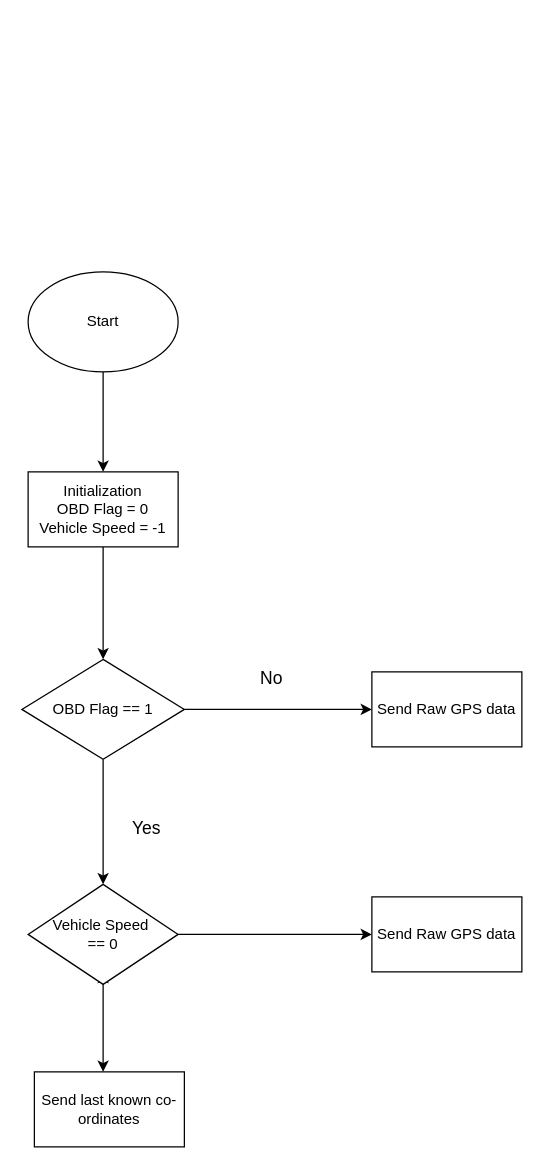
Earlier version of the draw.io diagram Untitled Diagram.drawio (narangmayank/draw-io). Source tidied: cells renumbered, new cells numbered last; positions are measured from the earlier drawing's top-left corner, leaving out a move shared by most shapes. Both pictures are drawn from the tidied source at 125%, with x=0, y=0 at pixel (21, 271).
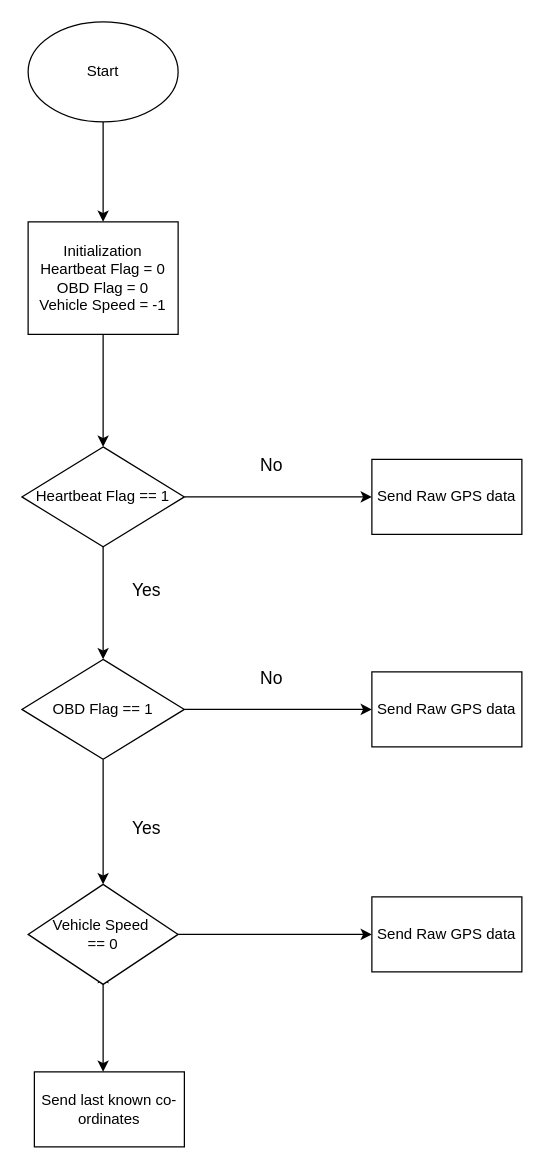
After the change.

Commit message:
Add heartbeat Flag

Unchanged cells that the change refers to:
```xml
<mxCell id="4" value="OBD Flag == 1" style="rhombus;whiteSpace=wrap;html=1;" parent="1" vertex="1">
  <mxGeometry y="310" width="130" height="80" as="geometry" />
</mxCell>
```

Diff of the diagram source:
```diff
@@
     <mxCell id="7" style="endArrow=classic;html=1;rounded=0;entryX=0.5;entryY=0;entryDx=0;entryDy=0;" parent="1" edge="1" target="16">
       <mxGeometry relative="1" as="geometry">
-        <mxPoint x="65" y="80" as="sourcePoint" />
+        <mxPoint x="65" y="-120" as="sourcePoint" />
       </mxGeometry>
     </mxCell>
@@
     <mxCell id="14" value="Start" style="ellipse;whiteSpace=wrap;html=1;" parent="1" vertex="1">
-      <mxGeometry x="5" width="120" height="80" as="geometry" />
+      <mxGeometry x="5" y="-200" width="120" height="80" as="geometry" />
     </mxCell>
-    <mxCell id="15" style="edgeStyle=orthogonalEdgeStyle;rounded=0;jettySize=auto;html=1;exitX=0.5;exitY=1;exitDx=0;exitDy=0;entryX=0.5;entryY=0;entryDx=0;entryDy=0;" parent="1" edge="1" source="16" target="4">
-      <mxGeometry relative="1" as="geometry" />
-    </mxCell>
+    <mxCell id="18" style="edgeStyle=orthogonalEdgeStyle;rounded=0;jettySize=auto;html=1;entryX=0.5;entryY=0;entryDx=0;entryDy=0;" parent="1" edge="1" source="16" target="21">
+      <mxGeometry relative="1" as="geometry" />
+    </mxCell>
-    <mxCell id="16" value="Initialization&lt;div&gt;OBD Flag = 0&lt;/div&gt;&lt;div&gt;Vehicle Speed = -1&lt;/div&gt;" style="rounded=0;whiteSpace=wrap;html=1;" parent="1" vertex="1">
-      <mxGeometry x="5" y="160" width="120" height="60" as="geometry" />
+    <mxCell id="16" value="Initialization&lt;div&gt;Heartbeat Flag = 0&lt;br&gt;&lt;div&gt;OBD Flag = 0&lt;/div&gt;&lt;div&gt;Vehicle Speed = -1&lt;/div&gt;&lt;/div&gt;" style="rounded=0;whiteSpace=wrap;html=1;" parent="1" vertex="1">
+      <mxGeometry x="5" y="-40" width="120" height="90" as="geometry" />
     </mxCell>
@@
+    <mxCell id="19" style="edgeStyle=orthogonalEdgeStyle;rounded=0;jettySize=auto;html=1;exitX=0.5;exitY=1;exitDx=0;exitDy=0;entryX=0.5;entryY=0;entryDx=0;entryDy=0;" parent="1" edge="1" source="21" target="4">
+      <mxGeometry relative="1" as="geometry" />
+    </mxCell>
+    <mxCell id="20" style="edgeStyle=orthogonalEdgeStyle;rounded=0;jettySize=auto;html=1;entryX=0;entryY=0.5;entryDx=0;entryDy=0;" parent="1" edge="1" source="21" target="24">
+      <mxGeometry relative="1" as="geometry" />
+    </mxCell>
+    <mxCell id="21" value="Heartbeat Flag == 1" style="rhombus;whiteSpace=wrap;html=1;" parent="1" vertex="1">
+      <mxGeometry y="140" width="130" height="80" as="geometry" />
+    </mxCell>
+    <mxCell id="22" value="Yes" style="text;html=1;align=center;verticalAlign=middle;whiteSpace=wrap;rounded=0;fontSize=14;" parent="1" vertex="1">
+      <mxGeometry x="70" y="230" width="60" height="50" as="geometry" />
+    </mxCell>
+    <mxCell id="23" value="No" style="text;html=1;align=center;verticalAlign=middle;whiteSpace=wrap;rounded=0;fontSize=14;" parent="1" vertex="1">
+      <mxGeometry x="170" y="130" width="60" height="50" as="geometry" />
+    </mxCell>
+    <mxCell id="24" value="Send Raw GPS data" style="rounded=0;whiteSpace=wrap;html=1;" parent="1" vertex="1">
+      <mxGeometry x="280" y="150" width="120" height="60" as="geometry" />
+    </mxCell>
```
